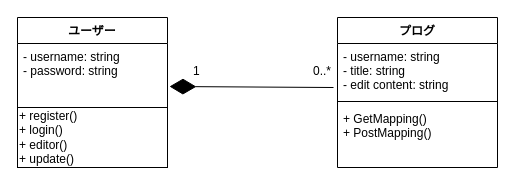
Above: class.drawio in rijiuqiu/NoteBook (draw.io), before the change. Source tidied: cells renumbered, new cells numbered last; positions are measured from the earlier drawing's top-left corner, leaving out a move shared by most shapes. Both pictures are drawn from the tidied source at 100%, with x=0, y=0 at pixel (17, 17).
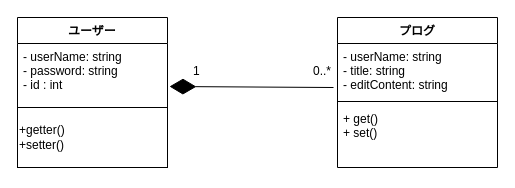
After the change.

The edit, as a diff of the source:
```diff
@@
 <mxGraphModel>
   <root>
     <mxCell id="0" />
     <mxCell id="1" parent="0" />
     <mxCell id="2" style="endArrow=diamondThin;endFill=1;endSize=24;html=1;rounded=0;entryX=1.013;entryY=0.672;entryDx=0;entryDy=0;entryPerimeter=0;exitX=-0.025;exitY=0.815;exitDx=0;exitDy=0;exitPerimeter=0;" parent="1" edge="1" source="7" target="4">
       <mxGeometry relative="1" as="geometry" />
     </mxCell>
     <mxCell id="3" value="ユーザー" style="swimlane;fontStyle=1;align=center;verticalAlign=top;horizontal=1;startSize=26;" parent="1" vertex="1">
       <mxGeometry width="150" height="90" as="geometry" />
     </mxCell>
-    <mxCell id="4" value="- username: string&#10;- password: string&#10;" style="text;strokeColor=none;fillColor=none;align=left;verticalAlign=top;spacingLeft=4;spacingRight=4;overflow=hidden;points=[[0,0.5],[1,0.5]];portConstraint=eastwest;" parent="3" vertex="1">
+    <mxCell id="4" value="- userName: string&#10;- password: string&#10;- id : int&#10;" style="text;strokeColor=none;fillColor=none;align=left;verticalAlign=top;spacingLeft=4;spacingRight=4;overflow=hidden;points=[[0,0.5],[1,0.5]];portConstraint=eastwest;" parent="3" vertex="1">
       <mxGeometry y="26" width="150" height="64" as="geometry" />
     </mxCell>
-    <mxCell id="5" value="+ register()&lt;br&gt;+ login()&lt;br&gt;+ editor()&lt;br&gt;+ update()" style="html=1;align=left;" parent="1" vertex="1">
+    <mxCell id="5" value="+getter()&lt;br&gt;+setter()" style="html=1;align=left;" parent="1" vertex="1">
       <mxGeometry y="90" width="150" height="60" as="geometry" />
     </mxCell>
     <mxCell id="6" value="プログ" style="swimlane;fontStyle=1;align=center;verticalAlign=top;horizontal=1;startSize=26;" parent="1" vertex="1">
       <mxGeometry x="320" width="160" height="150" as="geometry" />
     </mxCell>
-    <mxCell id="7" value="- username: string&#10;- title: string&#10;- edit content: string &#10;" style="text;strokeColor=none;fillColor=none;align=left;verticalAlign=top;spacingLeft=4;spacingRight=4;overflow=hidden;points=[[0,0.5],[1,0.5]];portConstraint=eastwest;" parent="6" vertex="1">
+    <mxCell id="7" value="- userName: string&#10;- title: string&#10;- editContent: string &#10;" style="text;strokeColor=none;fillColor=none;align=left;verticalAlign=top;spacingLeft=4;spacingRight=4;overflow=hidden;points=[[0,0.5],[1,0.5]];portConstraint=eastwest;" parent="6" vertex="1">
       <mxGeometry y="26" width="160" height="54" as="geometry" />
     </mxCell>
     <mxCell id="8" style="line;strokeWidth=1;fillColor=none;align=left;verticalAlign=middle;spacingTop=-1;spacingLeft=3;spacingRight=3;labelPosition=right;" parent="6" vertex="1">
       <mxGeometry y="80" width="160" height="8" as="geometry" />
     </mxCell>
-    <mxCell id="9" value="+ GetMapping()&#10;+ PostMapping()&#10;" style="text;strokeColor=none;fillColor=none;align=left;verticalAlign=top;spacingLeft=4;spacingRight=4;overflow=hidden;" parent="6" vertex="1">
+    <mxCell id="9" value="+ get()&#10;+ set()&#10;" style="text;strokeColor=none;fillColor=none;align=left;verticalAlign=top;spacingLeft=4;spacingRight=4;overflow=hidden;" parent="6" vertex="1">
       <mxGeometry y="88" width="160" height="62" as="geometry" />
     </mxCell>
     <mxCell id="10" value="1&#10;" style="text;strokeColor=none;fillColor=none;align=left;verticalAlign=top;spacingLeft=4;spacingRight=4;overflow=hidden;" parent="1" vertex="1">
       <mxGeometry x="170" y="40" width="100" height="26" as="geometry" />
     </mxCell>
     <mxCell id="11" value="0..*" style="text;strokeColor=none;fillColor=none;align=right;verticalAlign=top;spacingLeft=4;spacingRight=4;overflow=hidden;" parent="1" vertex="1">
       <mxGeometry x="220" y="40" width="100" height="26" as="geometry" />
     </mxCell>
   </root>
 </mxGraphModel>
```
